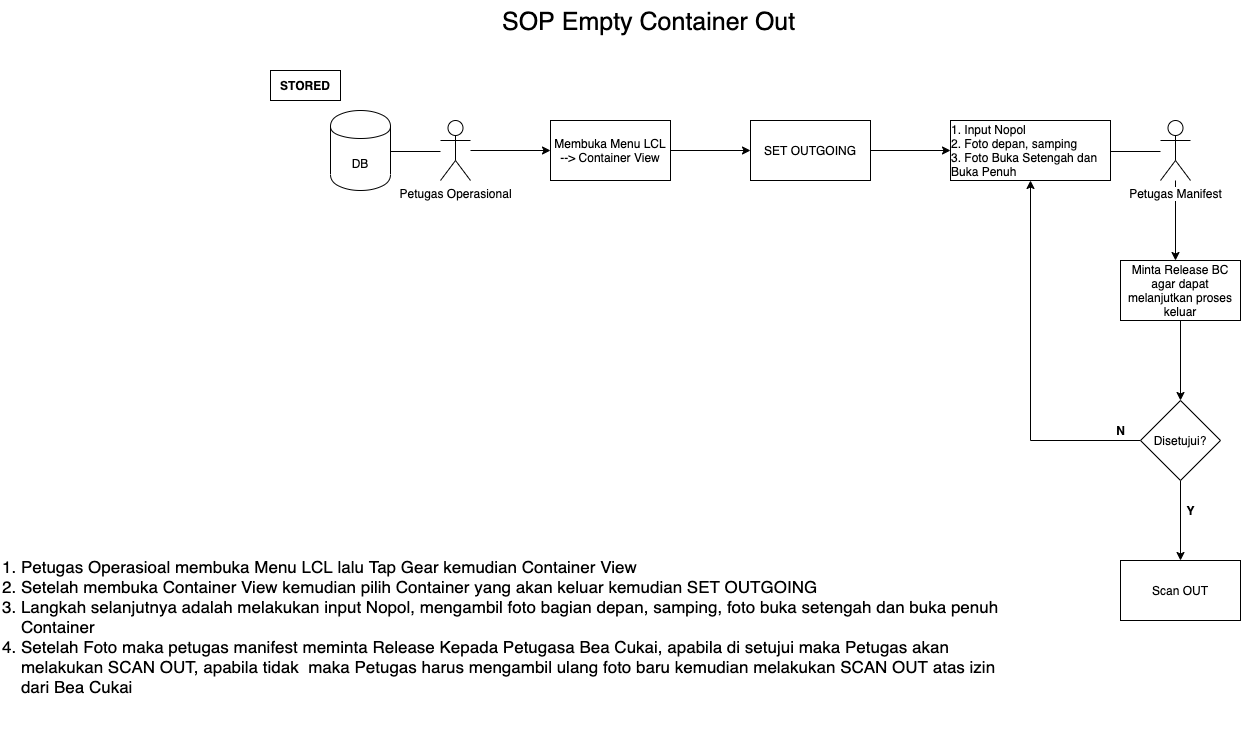
Before: img/sopempty.png, a diagram exported from draw.io (sftmm/User-Manual). Source tidied: cells renumbered, new cells last; positions are measured from the earlier drawing's top-left corner, leaving out a move shared by most shapes. Source of this version:
```xml
<mxGraphModel>
  <root>
    <mxCell id="0" />
    <mxCell id="1" parent="0" />
    <mxCell id="2" value="DB" style="shape=cylinder;whiteSpace=wrap;html=1;boundedLbl=1;backgroundOutline=1;" parent="1" vertex="1">
      <mxGeometry x="330" y="110" width="60" height="80" as="geometry" />
    </mxCell>
    <mxCell id="3" value="&lt;font style=&quot;font-size: 25px&quot;&gt;SOP Empty Container Out&lt;/font&gt;" style="text;html=1;" parent="1" vertex="1">
      <mxGeometry x="500" width="190" height="50" as="geometry" />
    </mxCell>
    <mxCell id="4" value="&lt;b&gt;STORED&lt;/b&gt;" style="rounded=0;whiteSpace=wrap;html=1;" parent="1" vertex="1">
      <mxGeometry x="270" y="70" width="70" height="30" as="geometry" />
    </mxCell>
    <mxCell id="5" style="endArrow=none;html=1;" parent="1" edge="1">
      <mxGeometry relative="1" as="geometry">
        <mxPoint x="390" y="151" as="sourcePoint" />
        <mxPoint x="440" y="151" as="targetPoint" />
      </mxGeometry>
    </mxCell>
    <mxCell id="6" style="edgeStyle=orthogonalEdgeStyle;rounded=0;jettySize=auto;html=1;" parent="1" edge="1" source="7">
      <mxGeometry relative="1" as="geometry">
        <mxPoint x="550" y="150" as="targetPoint" />
      </mxGeometry>
    </mxCell>
    <mxCell id="7" value="Petugas Operasional" style="shape=umlActor;verticalLabelPosition=bottom;labelBackgroundColor=#ffffff;verticalAlign=top;html=1;outlineConnect=0;" parent="1" vertex="1">
      <mxGeometry x="440" y="120" width="30" height="60" as="geometry" />
    </mxCell>
    <mxCell id="8" style="edgeStyle=orthogonalEdgeStyle;rounded=0;jettySize=auto;html=1;" parent="1" edge="1" source="9" target="11">
      <mxGeometry relative="1" as="geometry" />
    </mxCell>
    <mxCell id="9" value="Membuka Menu LCL --&amp;gt; Container View" style="rounded=0;whiteSpace=wrap;html=1;" parent="1" vertex="1">
      <mxGeometry x="550" y="120" width="120" height="60" as="geometry" />
    </mxCell>
    <mxCell id="10" style="edgeStyle=orthogonalEdgeStyle;rounded=0;jettySize=auto;html=1;" parent="1" edge="1" source="11" target="12">
      <mxGeometry relative="1" as="geometry" />
    </mxCell>
    <mxCell id="11" value="SET OUTGOING" style="rounded=0;whiteSpace=wrap;html=1;" parent="1" vertex="1">
      <mxGeometry x="750" y="120" width="120" height="60" as="geometry" />
    </mxCell>
    <mxCell id="12" value="&lt;div style=&quot;text-align: left&quot;&gt;&lt;span&gt;1. Input Nopol&lt;/span&gt;&lt;/div&gt;&lt;div style=&quot;text-align: left&quot;&gt;&lt;span&gt;2. Foto depan, samping&lt;/span&gt;&lt;/div&gt;&lt;div style=&quot;text-align: left&quot;&gt;&lt;span&gt;3. Foto Buka Setengah dan Buka Penuh&lt;/span&gt;&lt;/div&gt;" style="rounded=0;whiteSpace=wrap;html=1;" parent="1" vertex="1">
      <mxGeometry x="950" y="120" width="160" height="60" as="geometry" />
    </mxCell>
    <mxCell id="13" style="endArrow=none;html=1;" parent="1" edge="1">
      <mxGeometry relative="1" as="geometry">
        <mxPoint x="1110" y="151" as="sourcePoint" />
        <mxPoint x="1160" y="151" as="targetPoint" />
      </mxGeometry>
    </mxCell>
    <mxCell id="14" style="edgeStyle=orthogonalEdgeStyle;rounded=0;jettySize=auto;html=1;" parent="1" edge="1" source="15">
      <mxGeometry relative="1" as="geometry">
        <mxPoint x="1175" y="260" as="targetPoint" />
      </mxGeometry>
    </mxCell>
    <mxCell id="15" value="Petugas Manifest" style="shape=umlActor;verticalLabelPosition=bottom;labelBackgroundColor=#ffffff;verticalAlign=top;html=1;outlineConnect=0;" parent="1" vertex="1">
      <mxGeometry x="1160" y="120" width="30" height="60" as="geometry" />
    </mxCell>
    <mxCell id="16" style="edgeStyle=orthogonalEdgeStyle;rounded=0;jettySize=auto;html=1;" parent="1" edge="1" source="17">
      <mxGeometry relative="1" as="geometry">
        <mxPoint x="1180" y="400" as="targetPoint" />
      </mxGeometry>
    </mxCell>
    <mxCell id="17" value="Minta Release BC agar dapat melanjutkan proses keluar" style="rounded=0;whiteSpace=wrap;html=1;" parent="1" vertex="1">
      <mxGeometry x="1120" y="260" width="120" height="60" as="geometry" />
    </mxCell>
    <mxCell id="18" style="edgeStyle=orthogonalEdgeStyle;rounded=0;jettySize=auto;html=1;" parent="1" edge="1" source="20" target="12">
      <mxGeometry relative="1" as="geometry" />
    </mxCell>
    <mxCell id="19" style="edgeStyle=orthogonalEdgeStyle;rounded=0;jettySize=auto;html=1;" parent="1" edge="1" source="20">
      <mxGeometry relative="1" as="geometry">
        <mxPoint x="1180" y="560" as="targetPoint" />
      </mxGeometry>
    </mxCell>
    <mxCell id="20" value="Disetujui?" style="rhombus;whiteSpace=wrap;html=1;" parent="1" vertex="1">
      <mxGeometry x="1140" y="400" width="80" height="80" as="geometry" />
    </mxCell>
    <mxCell id="21" value="&lt;b&gt;N&lt;/b&gt;" style="text;html=1;align=center;verticalAlign=middle;" parent="1" vertex="1">
      <mxGeometry x="1110" y="420" width="20" height="20" as="geometry" />
    </mxCell>
    <mxCell id="22" value="Scan OUT" style="rounded=0;whiteSpace=wrap;html=1;" parent="1" vertex="1">
      <mxGeometry x="1120" y="560" width="120" height="60" as="geometry" />
    </mxCell>
    <mxCell id="23" value="&lt;b&gt;Y&lt;/b&gt;" style="text;html=1;align=center;verticalAlign=middle;" parent="1" vertex="1">
      <mxGeometry x="1180" y="500" width="20" height="20" as="geometry" />
    </mxCell>
    <mxCell id="24" value="&lt;font style=&quot;font-size: 17px&quot;&gt;1. Petugas Operasioal membuka Menu LCL lalu Tap Gear kemudian Container View&amp;nbsp;&lt;br&gt;2. Setelah membuka Container View kemudian pilih Container yang akan keluar kemudian SET OUTGOING&lt;br&gt;3. Langkah selanjutnya adalah melakukan input Nopol, mengambil foto bagian depan, samping, foto buka setengah dan buka penuh&amp;nbsp;&lt;br&gt;&amp;nbsp; &amp;nbsp; Container&lt;br&gt;4. Setelah Foto maka petugas manifest meminta Release Kepada Petugasa Bea Cukai, apabila di setujui maka Petugas akan&amp;nbsp;&lt;br&gt;&amp;nbsp; &amp;nbsp; melakukan SCAN OUT, apabila tidak&amp;nbsp; maka Petugas harus mengambil ulang foto baru kemudian melakukan SCAN OUT atas izin&lt;br&gt;&amp;nbsp; &amp;nbsp; dari Bea Cukai&lt;br&gt;&lt;br&gt;&lt;/font&gt;" style="text;html=1;" parent="1" vertex="1">
      <mxGeometry y="550" width="987" height="190" as="geometry" />
    </mxCell>
  </root>
</mxGraphModel>
```
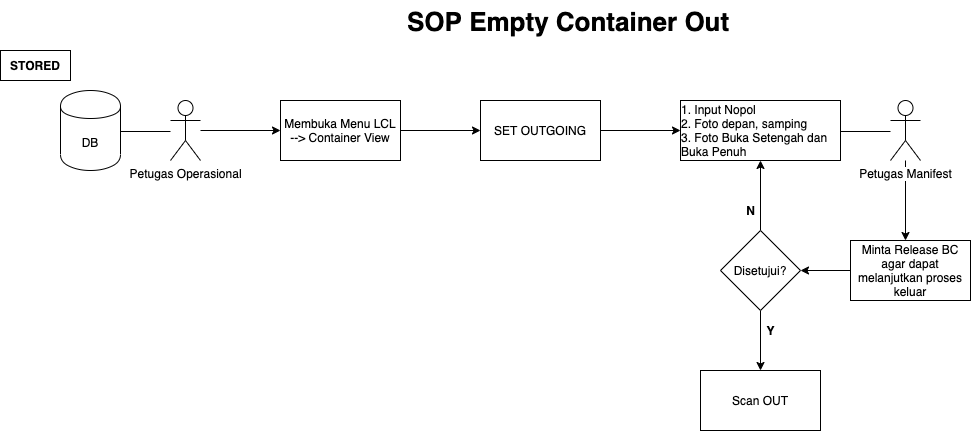
The same file after the commit.

What changed in the source:
```diff
@@ -5,8 +5,8 @@
     <mxCell id="2" value="DB" style="shape=cylinder;whiteSpace=wrap;html=1;boundedLbl=1;backgroundOutline=1;" parent="1" vertex="1">
       <mxGeometry x="330" y="110" width="60" height="80" as="geometry" />
     </mxCell>
-    <mxCell id="3" value="&lt;font style=&quot;font-size: 25px&quot;&gt;SOP Empty Container Out&lt;/font&gt;" style="text;html=1;" parent="1" vertex="1">
-      <mxGeometry x="500" width="190" height="50" as="geometry" />
+    <mxCell id="3" value="&lt;font style=&quot;font-size: 26px&quot;&gt;&lt;b&gt;SOP Empty Container Out&lt;/b&gt;&lt;/font&gt;" style="text;html=1;" parent="1" vertex="1">
+      <mxGeometry x="675" y="20" width="190" height="50" as="geometry" />
     </mxCell>
     <mxCell id="4" value="&lt;b&gt;STORED&lt;/b&gt;" style="rounded=0;whiteSpace=wrap;html=1;" parent="1" vertex="1">
       <mxGeometry x="270" y="70" width="70" height="30" as="geometry" />
@@ -54,36 +54,29 @@
     <mxCell id="15" value="Petugas Manifest" style="shape=umlActor;verticalLabelPosition=bottom;labelBackgroundColor=#ffffff;verticalAlign=top;html=1;outlineConnect=0;" parent="1" vertex="1">
       <mxGeometry x="1160" y="120" width="30" height="60" as="geometry" />
     </mxCell>
-    <mxCell id="16" style="edgeStyle=orthogonalEdgeStyle;rounded=0;jettySize=auto;html=1;" parent="1" edge="1" source="17">
-      <mxGeometry relative="1" as="geometry">
-        <mxPoint x="1180" y="400" as="targetPoint" />
-      </mxGeometry>
-    </mxCell>
+    <mxCell id="25" style="edgeStyle=orthogonalEdgeStyle;rounded=0;jettySize=auto;html=1;" parent="1" edge="1" source="17" target="20">
+      <mxGeometry relative="1" as="geometry" />
+    </mxCell>
     <mxCell id="17" value="Minta Release BC agar dapat melanjutkan proses keluar" style="rounded=0;whiteSpace=wrap;html=1;" parent="1" vertex="1">
       <mxGeometry x="1120" y="260" width="120" height="60" as="geometry" />
     </mxCell>
     <mxCell id="18" style="edgeStyle=orthogonalEdgeStyle;rounded=0;jettySize=auto;html=1;" parent="1" edge="1" source="20" target="12">
       <mxGeometry relative="1" as="geometry" />
     </mxCell>
-    <mxCell id="19" style="edgeStyle=orthogonalEdgeStyle;rounded=0;jettySize=auto;html=1;" parent="1" edge="1" source="20">
-      <mxGeometry relative="1" as="geometry">
-        <mxPoint x="1180" y="560" as="targetPoint" />
-      </mxGeometry>
-    </mxCell>
+    <mxCell id="26" style="edgeStyle=orthogonalEdgeStyle;rounded=0;jettySize=auto;html=1;" parent="1" edge="1" source="20" target="22">
+      <mxGeometry relative="1" as="geometry" />
+    </mxCell>
     <mxCell id="20" value="Disetujui?" style="rhombus;whiteSpace=wrap;html=1;" parent="1" vertex="1">
-      <mxGeometry x="1140" y="400" width="80" height="80" as="geometry" />
+      <mxGeometry x="990" y="250" width="80" height="80" as="geometry" />
     </mxCell>
     <mxCell id="21" value="&lt;b&gt;N&lt;/b&gt;" style="text;html=1;align=center;verticalAlign=middle;" parent="1" vertex="1">
-      <mxGeometry x="1110" y="420" width="20" height="20" as="geometry" />
+      <mxGeometry x="1010" y="220" width="20" height="20" as="geometry" />
     </mxCell>
     <mxCell id="22" value="Scan OUT" style="rounded=0;whiteSpace=wrap;html=1;" parent="1" vertex="1">
-      <mxGeometry x="1120" y="560" width="120" height="60" as="geometry" />
+      <mxGeometry x="970" y="390" width="120" height="60" as="geometry" />
     </mxCell>
     <mxCell id="23" value="&lt;b&gt;Y&lt;/b&gt;" style="text;html=1;align=center;verticalAlign=middle;" parent="1" vertex="1">
-      <mxGeometry x="1180" y="500" width="20" height="20" as="geometry" />
+      <mxGeometry x="1030" y="340" width="20" height="20" as="geometry" />
     </mxCell>
-    <mxCell id="24" value="&lt;font style=&quot;font-size: 17px&quot;&gt;1. Petugas Operasioal membuka Menu LCL lalu Tap Gear kemudian Container View&amp;nbsp;&lt;br&gt;2. Setelah membuka Container View kemudian pilih Container yang akan keluar kemudian SET OUTGOING&lt;br&gt;3. Langkah selanjutnya adalah melakukan input Nopol, mengambil foto bagian depan, samping, foto buka setengah dan buka penuh&amp;nbsp;&lt;br&gt;&amp;nbsp; &amp;nbsp; Container&lt;br&gt;4. Setelah Foto maka petugas manifest meminta Release Kepada Petugasa Bea Cukai, apabila di setujui maka Petugas akan&amp;nbsp;&lt;br&gt;&amp;nbsp; &amp;nbsp; melakukan SCAN OUT, apabila tidak&amp;nbsp; maka Petugas harus mengambil ulang foto baru kemudian melakukan SCAN OUT atas izin&lt;br&gt;&amp;nbsp; &amp;nbsp; dari Bea Cukai&lt;br&gt;&lt;br&gt;&lt;/font&gt;" style="text;html=1;" parent="1" vertex="1">
-      <mxGeometry y="550" width="987" height="190" as="geometry" />
-    </mxCell>
   </root>
 </mxGraphModel>
```
